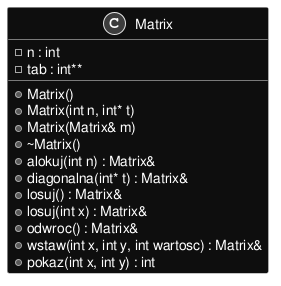
Earlier version of the PlantUML export inline_umlgraph_1.png (kluchoo/Matrix).
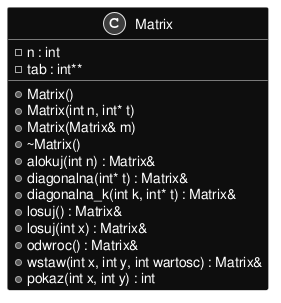
Above is the later version.

Change to the diagram source:
```diff
@@ -11,6 +11,7 @@
 +~Matrix()
 +alokuj(int n) : Matrix&
 +diagonalna(int* t) : Matrix&
++diagonalna_k(int k, int* t) : Matrix&
 +losuj() : Matrix&
 +losuj(int x) : Matrix&
 +odwroc() : Matrix&
```
